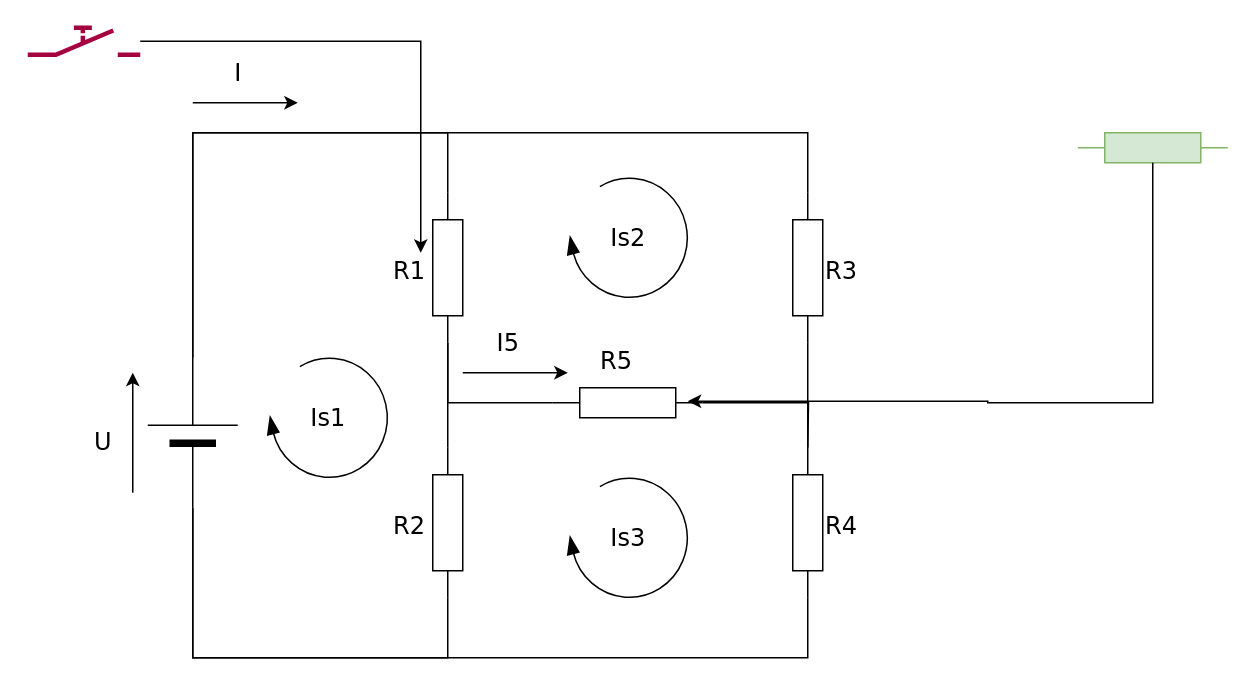
Earlier version of the draw.io diagram 未命名绘图.drawio (GcongWlijun/sicangart). Source tidied: cells renumbered, new cells numbered last; positions are measured from the earlier drawing's top-left corner, leaving out a move shared by most shapes. Both pictures are drawn from the tidied source at 150%, with x=0, y=0 at pixel (27, 27).
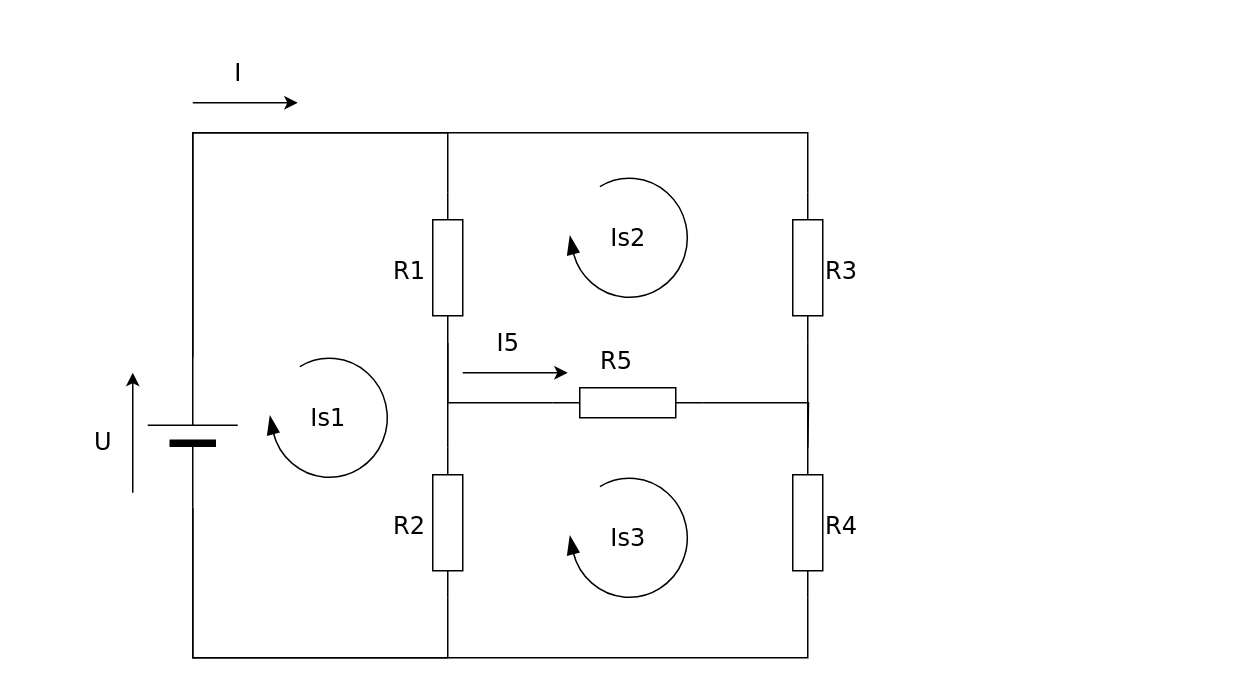
The same diagram, later.

Unchanged cells that the change refers to:
```xml
<mxCell id="15" style="verticalLabelPosition=bottom;shadow=0;dashed=0;align=center;fillColor=#ffffff;html=1;verticalAlign=top;strokeWidth=1;shape=mxgraph.electrical.resistors.resistor_1;rounded=1;comic=0;labelBackgroundColor=none;fontFamily=Verdana;fontSize=12;fontColor=#000000;rotation=0;" parent="1" vertex="1">
  <mxGeometry x="350" y="240" width="100" height="20" as="geometry" />
</mxCell>
<mxCell id="16" value="R1" style="text;html=1;points=[];align=left;verticalAlign=top;spacingTop=-4;fontSize=16;fontFamily=Verdana;" parent="1" vertex="1">
  <mxGeometry x="242" y="150" width="40" height="20" as="geometry" />
</mxCell>
```

What changed in the source:
```diff
@@
-    <mxCell id="27" style="verticalLabelPosition=bottom;shadow=0;dashed=0;align=center;html=1;verticalAlign=top;shape=mxgraph.electrical.resistors.resistor_1;fillColor=#d5e8d4;strokeColor=#82b366;" parent="1" vertex="1">
-      <mxGeometry x="700" y="70" width="100" height="20" as="geometry" />
-    </mxCell>
-    <mxCell id="28" style="edgeStyle=orthogonalEdgeStyle;rounded=0;jettySize=auto;html=1;entryX=0.9;entryY=0.45;entryDx=0;entryDy=0;entryPerimeter=0;" parent="1" edge="1" source="27" target="15">
-      <mxGeometry relative="1" as="geometry">
-        <Array as="points">
-          <mxPoint x="750" y="250" />
-          <mxPoint x="640" y="250" />
-        </Array>
-      </mxGeometry>
-    </mxCell>
-    <mxCell id="29" style="edgeStyle=orthogonalEdgeStyle;rounded=0;jettySize=auto;html=1;" parent="1" edge="1" source="30" target="16">
-      <mxGeometry relative="1" as="geometry" />
-    </mxCell>
-    <mxCell id="30" style="verticalLabelPosition=bottom;shadow=0;dashed=0;align=center;html=1;verticalAlign=top;shape=mxgraph.electrical.electro-mechanical.manualSwitch2;elSwitchState=off;fillColor=#d80073;strokeColor=#A50040;fontColor=#ffffff;strokeWidth=3;" parent="1" vertex="1">
-      <mxGeometry width="75" height="18" as="geometry" />
-    </mxCell>
```
